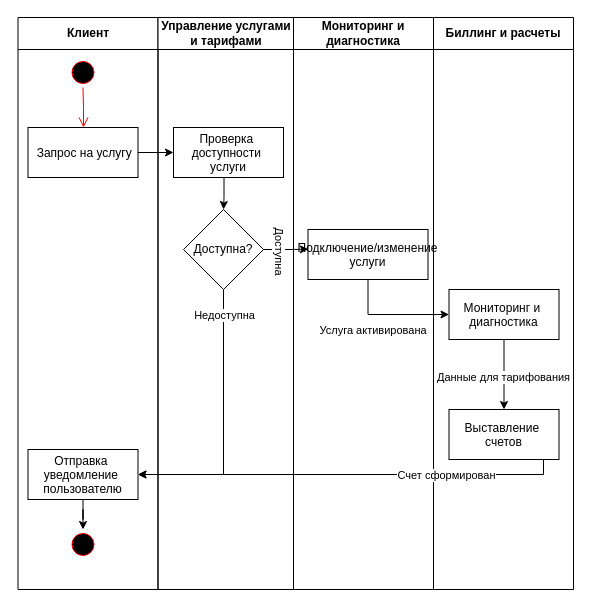
The draw.io diagram daigram/uml.drawio in lLegionl/Shatrov, before the edit. Source tidied: cells renumbered, new cells numbered last; positions are measured from the earlier drawing's top-left corner, leaving out a move shared by most shapes. Both pictures are drawn from the tidied source at 100%, with x=0, y=0 at pixel (17, 17).
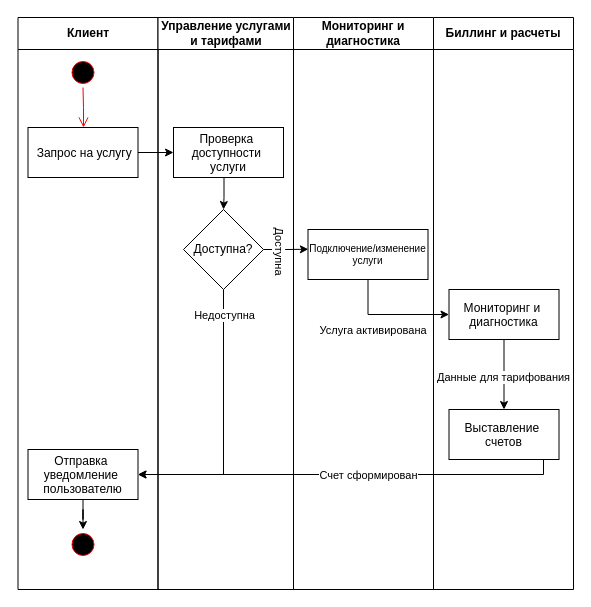
Above is the later version.

Unchanged cells that the change refers to:
```xml
<mxCell id="9" value="Управление услугами и тарифами" style="swimlane;whiteSpace=wrap;startSize=32;" parent="1" vertex="1">
  <mxGeometry x="140.5" width="135.5" height="572" as="geometry" />
</mxCell>
<mxCell id="23" style="edgeStyle=orthogonalEdgeStyle;rounded=0;jettySize=auto;html=1;entryX=1;entryY=0.5;entryDx=0;entryDy=0;" parent="1" edge="1" source="22" target="8">
  <mxGeometry relative="1" as="geometry">
    <Array as="points">
      <mxPoint x="526" y="457" />
    </Array>
  </mxGeometry>
</mxCell>
```

What changed in the source:
```diff
@@
-    <mxCell id="12" value="Подключение/изменение&#10;услуги" parent="9" vertex="1">
+    <mxCell id="12" value="Подключение/изменение&#10;услуги" style="fontSize=10;" parent="9" vertex="1">
       <mxGeometry x="150" y="212" width="120" height="50" as="geometry" />
     </mxCell>
@@
     <mxCell id="24" value="Счет сформирован" style="edgeLabel;html=1;align=center;verticalAlign=middle;" parent="23" vertex="1">
       <mxGeometry x="-0.49" y="3" relative="1" as="geometry">
-        <mxPoint x="-6" y="-3" as="offset" />
+        <mxPoint x="-84" y="-3" as="offset" />
       </mxGeometry>
     </mxCell>
```
